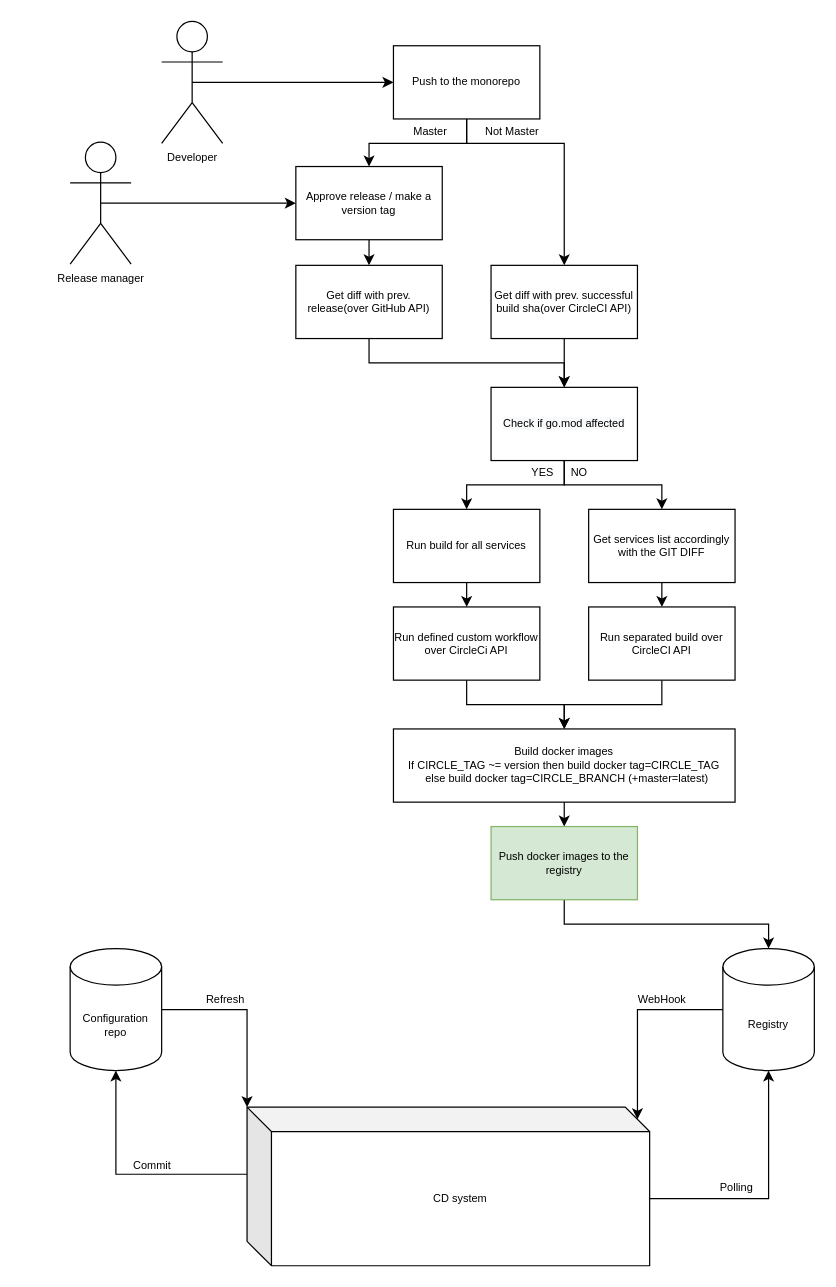
Above: Monorepo CI workflow v2.drawio in kpbll/draw.io (draw.io), before the change. Source tidied: cells renumbered, new cells numbered last; positions are measured from the earlier drawing's top-left corner, leaving out a move shared by most shapes. Both pictures are drawn from the tidied source at 122%, with x=0, y=0 at pixel (70, 21).
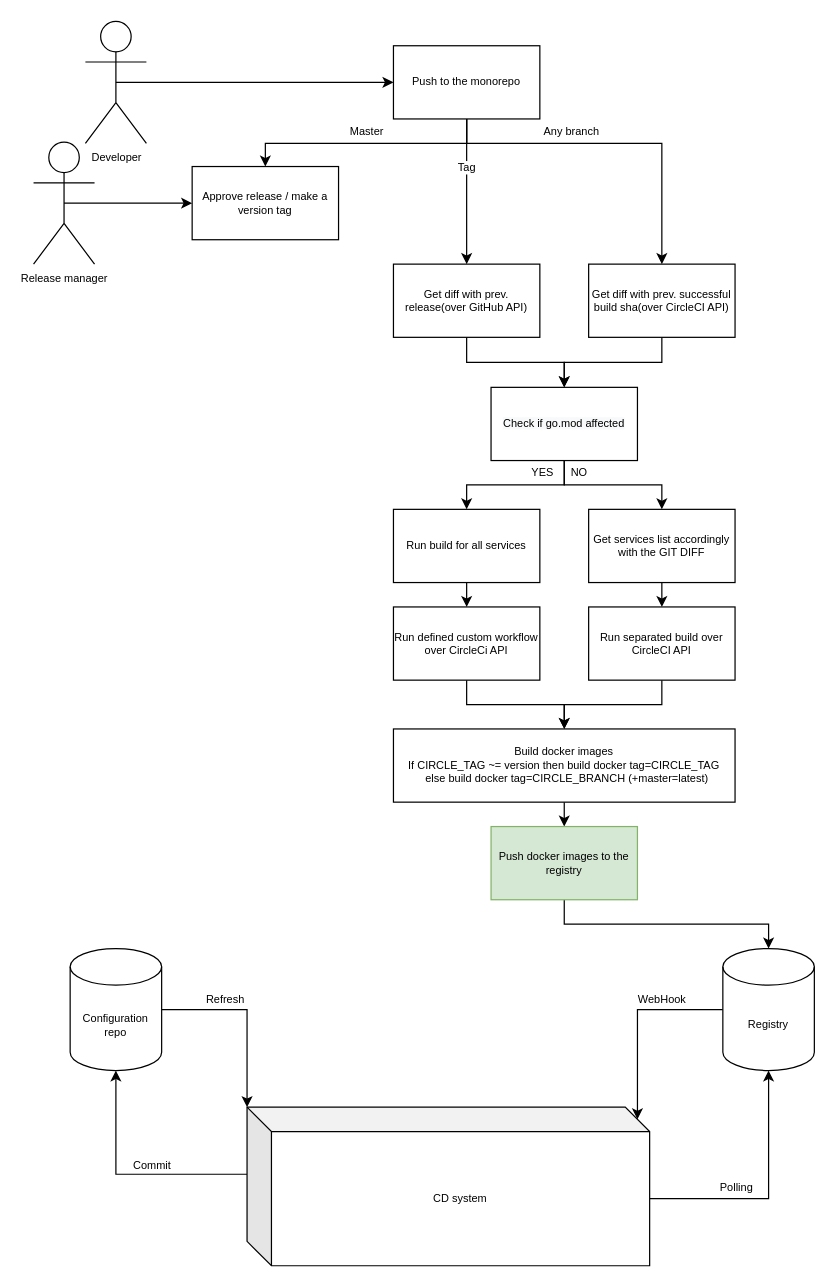
Above is the later version.

Unchanged cells that the change refers to:
```xml
<mxCell id="25" value="Push to the monorepo" style="rounded=0;whiteSpace=wrap;html=1;fontSize=9;" parent="1" vertex="1">
  <mxGeometry x="265" y="20" width="120" height="60" as="geometry" />
</mxCell>
```

What changed in the source:
```diff
@@
     <mxCell id="20" value="Developer&lt;br&gt;" style="shape=umlActor;verticalLabelPosition=bottom;verticalAlign=top;html=1;outlineConnect=0;fontSize=9;" parent="1" vertex="1">
-      <mxGeometry x="75" width="50" height="100" as="geometry" />
+      <mxGeometry x="12.5" width="50" height="100" as="geometry" />
     </mxCell>
     <mxCell id="21" style="edgeStyle=orthogonalEdgeStyle;rounded=0;jettySize=auto;html=1;exitX=0.5;exitY=1;exitDx=0;exitDy=0;entryX=0.5;entryY=0;entryDx=0;entryDy=0;fontSize=9;" parent="1" edge="1" source="25" target="35">
       <mxGeometry relative="1" as="geometry">
         <Array as="points">
           <mxPoint x="325" y="100" />
-          <mxPoint x="245" y="100" />
+          <mxPoint x="160" y="100" />
         </Array>
       </mxGeometry>
     </mxCell>
@@
     <mxCell id="23" style="edgeStyle=orthogonalEdgeStyle;rounded=0;jettySize=auto;html=1;exitX=0.5;exitY=1;exitDx=0;exitDy=0;entryX=0.5;entryY=0;entryDx=0;entryDy=0;fontSize=9;" parent="1" edge="1" source="25" target="37">
       <mxGeometry relative="1" as="geometry">
         <Array as="points">
           <mxPoint x="325" y="100" />
-          <mxPoint x="405" y="100" />
+          <mxPoint x="485" y="100" />
         </Array>
       </mxGeometry>
     </mxCell>
-    <mxCell id="24" value="Not Master" style="edgeLabel;html=1;align=center;verticalAlign=middle;fontSize=9;" parent="23" vertex="1">
+    <mxCell id="24" value="Any branch&amp;nbsp;" style="edgeLabel;html=1;align=center;verticalAlign=middle;fontSize=9;" parent="23" vertex="1">
       <mxGeometry x="-0.55" y="3" relative="1" as="geometry">
-        <mxPoint x="11" y="-7" as="offset" />
+        <mxPoint x="43" y="-7" as="offset" />
       </mxGeometry>
     </mxCell>
+    <mxCell id="45" style="edgeStyle=orthogonalEdgeStyle;rounded=0;jettySize=auto;html=1;exitX=0.5;exitY=1;exitDx=0;exitDy=0;entryX=0.5;entryY=0;entryDx=0;entryDy=0;fontSize=9;" parent="1" edge="1" source="25" target="44">
+      <mxGeometry relative="1" as="geometry" />
+    </mxCell>
+    <mxCell id="46" value="Tag" style="edgeLabel;html=1;align=center;verticalAlign=middle;fontSize=9;" parent="45" vertex="1">
+      <mxGeometry x="0.37" y="-2" relative="1" as="geometry">
+        <mxPoint x="1" y="-43" as="offset" />
+      </mxGeometry>
+    </mxCell>
@@
-    <mxCell id="34" style="edgeStyle=orthogonalEdgeStyle;rounded=0;jettySize=auto;html=1;exitX=0.5;exitY=1;exitDx=0;exitDy=0;entryX=0.5;entryY=0;entryDx=0;entryDy=0;fontSize=9;" parent="1" edge="1" source="35" target="44">
-      <mxGeometry relative="1" as="geometry" />
-    </mxCell>
     <mxCell id="35" value="Approve release / make a version tag" style="rounded=0;whiteSpace=wrap;html=1;fontSize=9;" parent="1" vertex="1">
-      <mxGeometry x="185" y="119" width="120" height="60" as="geometry" />
+      <mxGeometry x="100" y="119" width="120" height="60" as="geometry" />
     </mxCell>
@@
     <mxCell id="37" value="Get diff with prev. successful build sha(over CircleCI API)" style="rounded=0;whiteSpace=wrap;html=1;fontSize=9;" parent="1" vertex="1">
-      <mxGeometry x="345" y="200" width="120" height="60" as="geometry" />
+      <mxGeometry x="425" y="199" width="120" height="60" as="geometry" />
     </mxCell>
@@
     <mxCell id="39" value="Release manager" style="shape=umlActor;verticalLabelPosition=bottom;verticalAlign=top;html=1;outlineConnect=0;fontSize=9;" parent="1" vertex="1">
-      <mxGeometry y="99" width="50" height="100" as="geometry" />
+      <mxGeometry x="-30" y="99" width="50" height="100" as="geometry" />
     </mxCell>
@@
     <mxCell id="44" value="Get diff with prev. release(over GitHub API)" style="rounded=0;whiteSpace=wrap;html=1;fontSize=9;" parent="1" vertex="1">
-      <mxGeometry x="185" y="200" width="120" height="60" as="geometry" />
+      <mxGeometry x="265" y="199" width="120" height="60" as="geometry" />
     </mxCell>
```
